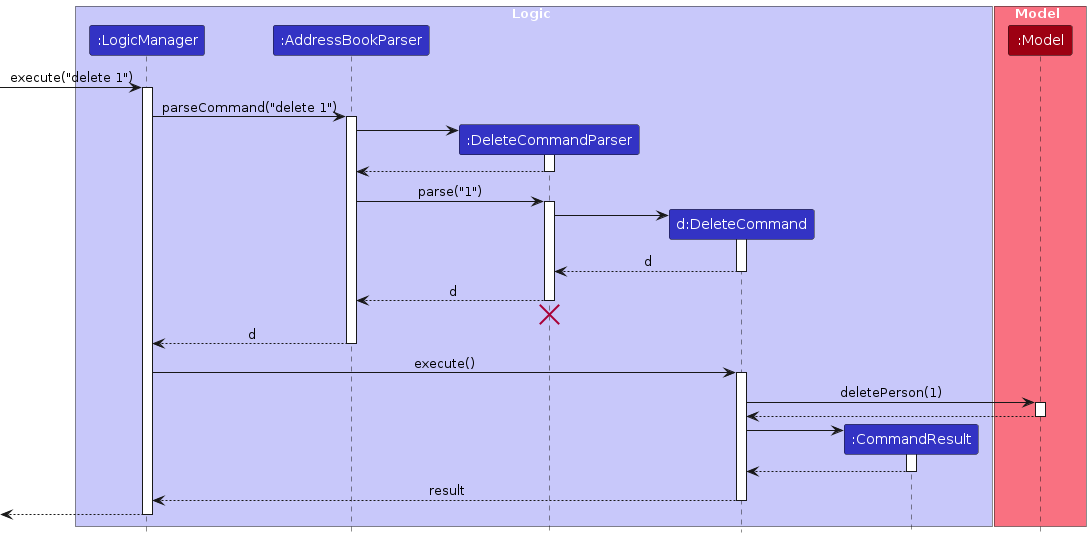
Before: diagrams/DeleteSequenceDiagram.png, a diagram exported from PlantUML (RoeReRe/tp). Its source is kept beside it as diagrams/DeleteSequenceDiagram.puml. The source it was exported from:
```plantuml
@startuml
!include style.puml
skinparam ArrowFontStyle plain

box Logic LOGIC_COLOR_T1
participant ":LogicManager" as LogicManager LOGIC_COLOR
participant ":AddressBookParser" as AddressBookParser LOGIC_COLOR
participant ":DeleteCommandParser" as DeleteCommandParser LOGIC_COLOR
participant "d:DeleteCommand" as DeleteCommand LOGIC_COLOR
participant ":CommandResult" as CommandResult LOGIC_COLOR
end box

box Model MODEL_COLOR_T1
participant ":Model" as Model MODEL_COLOR
end box

[-> LogicManager : execute("delete 1")
activate LogicManager

LogicManager -> AddressBookParser : parseCommand("delete 1")
activate AddressBookParser

create DeleteCommandParser
AddressBookParser -> DeleteCommandParser
activate DeleteCommandParser

DeleteCommandParser --> AddressBookParser
deactivate DeleteCommandParser

AddressBookParser -> DeleteCommandParser : parse("1")
activate DeleteCommandParser

create DeleteCommand
DeleteCommandParser -> DeleteCommand
activate DeleteCommand

DeleteCommand --> DeleteCommandParser : d
deactivate DeleteCommand

DeleteCommandParser --> AddressBookParser : d
deactivate DeleteCommandParser
DeleteCommandParser -[hidden]-> AddressBookParser
destroy DeleteCommandParser

AddressBookParser --> LogicManager : d
deactivate AddressBookParser

LogicManager -> DeleteCommand : execute()
activate DeleteCommand

DeleteCommand -> Model : deletePerson(1)
activate Model

Model --> DeleteCommand
deactivate Model

create CommandResult
DeleteCommand -> CommandResult
activate CommandResult

CommandResult --> DeleteCommand
deactivate CommandResult

DeleteCommand --> LogicManager : result
deactivate DeleteCommand

[<--LogicManager
deactivate LogicManager
@enduml
```
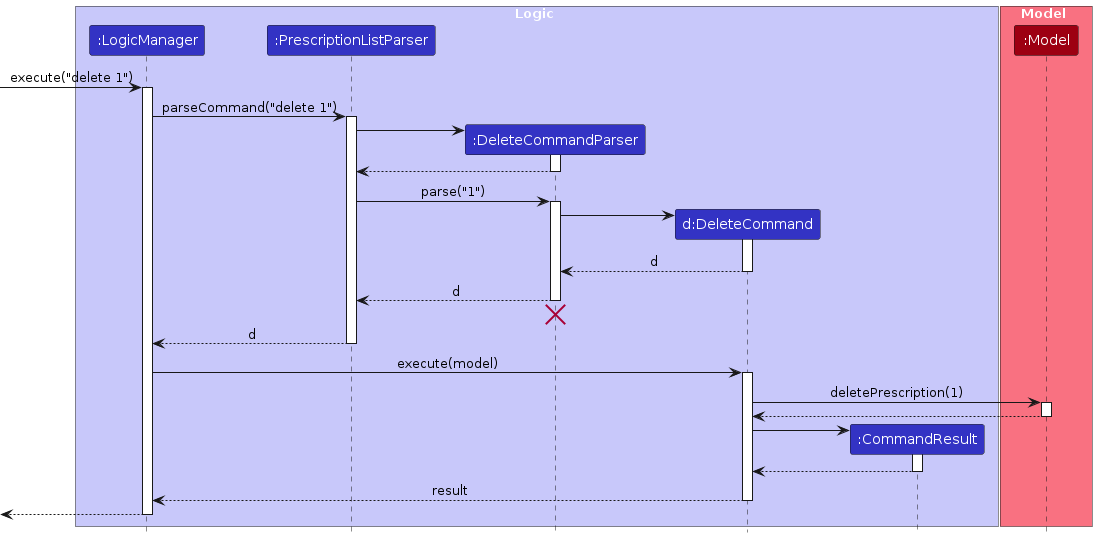
Above is the later version.

Change to the diagram source:
```diff
@@ -4,7 +4,7 @@
 
 box Logic LOGIC_COLOR_T1
 participant ":LogicManager" as LogicManager LOGIC_COLOR
-participant ":AddressBookParser" as AddressBookParser LOGIC_COLOR
+participant ":PrescriptionListParser" as PrescriptionListParser LOGIC_COLOR
 participant ":DeleteCommandParser" as DeleteCommandParser LOGIC_COLOR
 participant "d:DeleteCommand" as DeleteCommand LOGIC_COLOR
 participant ":CommandResult" as CommandResult LOGIC_COLOR
@@ -17,17 +17,17 @@
 [-> LogicManager : execute("delete 1")
 activate LogicManager
 
-LogicManager -> AddressBookParser : parseCommand("delete 1")
-activate AddressBookParser
+LogicManager -> PrescriptionListParser : parseCommand("delete 1")
+activate PrescriptionListParser
 
 create DeleteCommandParser
-AddressBookParser -> DeleteCommandParser
+PrescriptionListParser -> DeleteCommandParser
 activate DeleteCommandParser
 
-DeleteCommandParser --> AddressBookParser
+DeleteCommandParser --> PrescriptionListParser
 deactivate DeleteCommandParser
 
-AddressBookParser -> DeleteCommandParser : parse("1")
+PrescriptionListParser -> DeleteCommandParser : parse("1")
 activate DeleteCommandParser
 
 create DeleteCommand
@@ -37,18 +37,18 @@
 DeleteCommand --> DeleteCommandParser : d
 deactivate DeleteCommand
 
-DeleteCommandParser --> AddressBookParser : d
+DeleteCommandParser --> PrescriptionListParser : d
 deactivate DeleteCommandParser
-DeleteCommandParser -[hidden]-> AddressBookParser
+DeleteCommandParser -[hidden]-> PrescriptionListParser
 destroy DeleteCommandParser
 
-AddressBookParser --> LogicManager : d
-deactivate AddressBookParser
+PrescriptionListParser --> LogicManager : d
+deactivate PrescriptionListParser
 
-LogicManager -> DeleteCommand : execute()
+LogicManager -> DeleteCommand : execute(model)
 activate DeleteCommand
 
-DeleteCommand -> Model : deletePerson(1)
+DeleteCommand -> Model : deletePrescription(1)
 activate Model
 
 Model --> DeleteCommand
```
